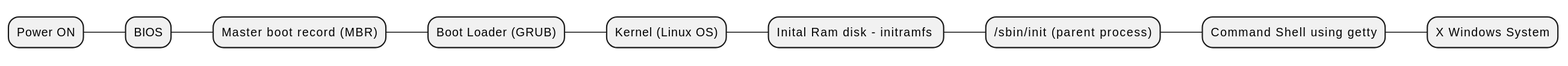
This is posts/230120/diagram.svg from keramiozsoy/blog, a PlantUML export, as it was before one commit.
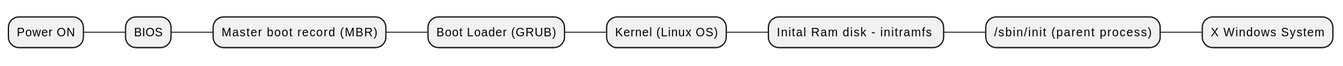
The same diagram one commit later.

Commit message:
Updates boot process diagram

The edit, as a diff of the source:
```diff
@@ -6,6 +6,5 @@
 ***** Kernel (Linux OS)
 ****** Inital Ram disk - initramfs
 ******* /sbin/init (parent process)
-********  Command Shell using getty
-********* X Windows System
+******** X Windows System
 @endmindmap
```
